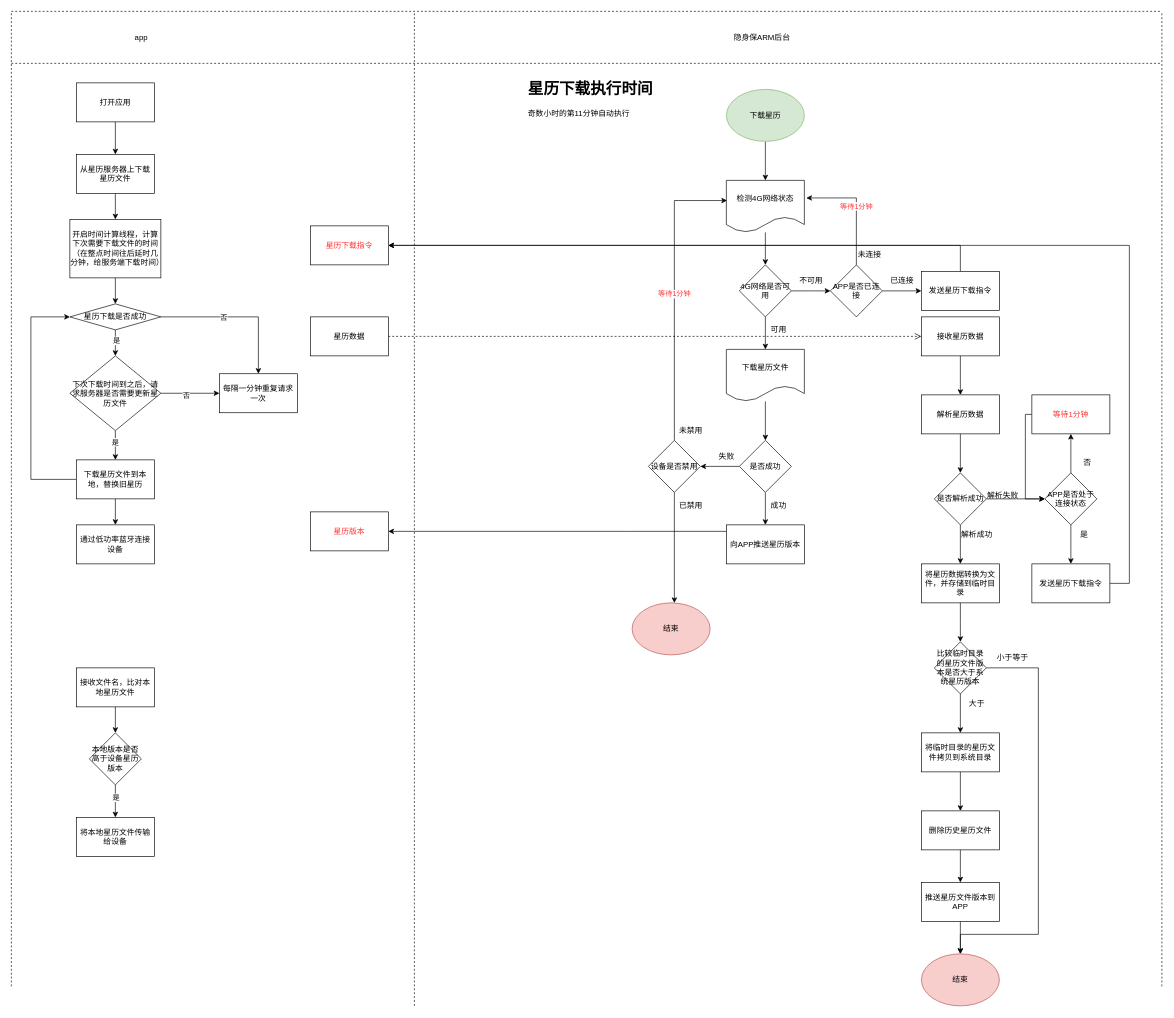
Earlier version of the draw.io diagram page "星历更新" (10 of 27) of 隐身保arm版-业务流程-V1.0-20221028-1.drawio (kyphoon/ysb_drawio_tree). Source tidied: cells renumbered, new cells numbered last; positions are measured from the earlier drawing's top-left corner, leaving out a move shared by most shapes. Both pictures are drawn from the tidied source at 65%, with x=0, y=0 at pixel (11, 11).
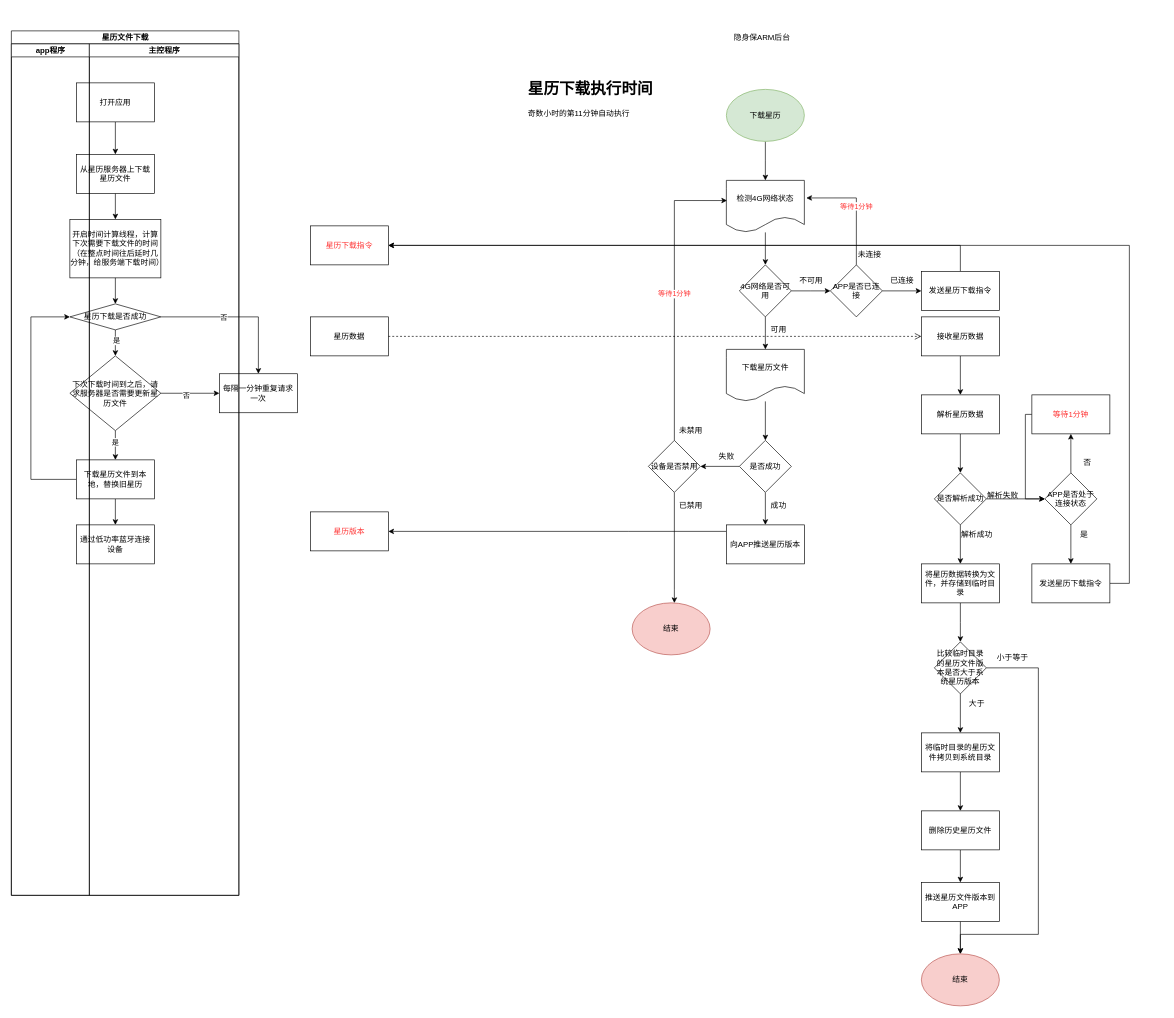
The same diagram, later.

Diff of the diagram source:
```diff
@@
-    <mxCell id="2" style="endArrow=none;dashed=1;html=1;" parent="1" edge="1">
-      <mxGeometry relative="1" as="geometry">
-        <mxPoint as="sourcePoint" />
-        <mxPoint x="1770" as="targetPoint" />
-      </mxGeometry>
-    </mxCell>
-    <mxCell id="3" style="endArrow=none;dashed=1;html=1;" parent="1" edge="1">
-      <mxGeometry relative="1" as="geometry">
-        <mxPoint y="1500" as="sourcePoint" />
-        <mxPoint as="targetPoint" />
-      </mxGeometry>
-    </mxCell>
-    <mxCell id="4" style="endArrow=none;dashed=1;html=1;" parent="1" edge="1">
-      <mxGeometry relative="1" as="geometry">
-        <mxPoint x="1770" y="1500" as="sourcePoint" />
-        <mxPoint x="1770" as="targetPoint" />
-      </mxGeometry>
-    </mxCell>
-    <mxCell id="5" style="endArrow=none;dashed=1;html=1;" parent="1" edge="1">
-      <mxGeometry relative="1" as="geometry">
-        <mxPoint y="80" as="sourcePoint" />
-        <mxPoint x="1770" y="80" as="targetPoint" />
-      </mxGeometry>
-    </mxCell>
-    <mxCell id="6" style="endArrow=none;dashed=1;html=1;" parent="1" edge="1">
-      <mxGeometry relative="1" as="geometry">
-        <mxPoint x="620" y="1530" as="sourcePoint" />
-        <mxPoint x="620" as="targetPoint" />
-        <Array as="points">
-          <mxPoint x="620" y="770" />
-        </Array>
-      </mxGeometry>
-    </mxCell>
-    <mxCell id="7" value="app" style="text;html=1;strokeColor=none;fillColor=none;align=center;verticalAlign=middle;whiteSpace=wrap;rounded=0;" parent="1" vertex="1">
-      <mxGeometry x="180" y="30" width="40" height="20" as="geometry" />
-    </mxCell>
@@
-    <mxCell id="26" style="edgeStyle=orthogonalEdgeStyle;rounded=0;jettySize=auto;html=1;" parent="1" edge="1" source="27" target="30">
-      <mxGeometry relative="1" as="geometry" />
-    </mxCell>
-    <mxCell id="27" value="接收文件名，比对本地星历文件" style="whiteSpace=wrap;html=1;rounded=0;" parent="1" vertex="1">
-      <mxGeometry x="100" y="1010" width="120" height="60" as="geometry" />
-    </mxCell>
-    <mxCell id="28" style="edgeStyle=orthogonalEdgeStyle;rounded=0;jettySize=auto;html=1;" parent="1" edge="1" source="30" target="31">
-      <mxGeometry relative="1" as="geometry" />
-    </mxCell>
-    <mxCell id="29" value="是" style="edgeLabel;html=1;align=center;verticalAlign=middle;" parent="28" vertex="1">
-      <mxGeometry x="-0.24" relative="1" as="geometry" />
-    </mxCell>
-    <mxCell id="30" value="本地版本是否高于设备星历版本" style="rhombus;whiteSpace=wrap;html=1;rounded=0;" parent="1" vertex="1">
-      <mxGeometry x="120" y="1110" width="80" height="80" as="geometry" />
-    </mxCell>
-    <mxCell id="31" value="将本地星历文件传输给设备" style="whiteSpace=wrap;html=1;rounded=0;" parent="1" vertex="1">
-      <mxGeometry x="100" y="1240" width="120" height="60" as="geometry" />
-    </mxCell>
@@
+    <mxCell id="104" value="星历文件下载" style="swimlane;startSize=20;html=1;" parent="1" vertex="1">
+      <mxGeometry y="30" width="350" height="1330" as="geometry" />
+    </mxCell>
+    <mxCell id="105" value="app程序" style="swimlane;startSize=20;html=1;" parent="104" vertex="1">
+      <mxGeometry y="20" width="120" height="1310" as="geometry" />
+    </mxCell>
+    <mxCell id="106" value="主控程序" style="swimlane;startSize=20;html=1;" parent="104" vertex="1">
+      <mxGeometry x="120" y="20" width="230" height="1310" as="geometry" />
+    </mxCell>
```
